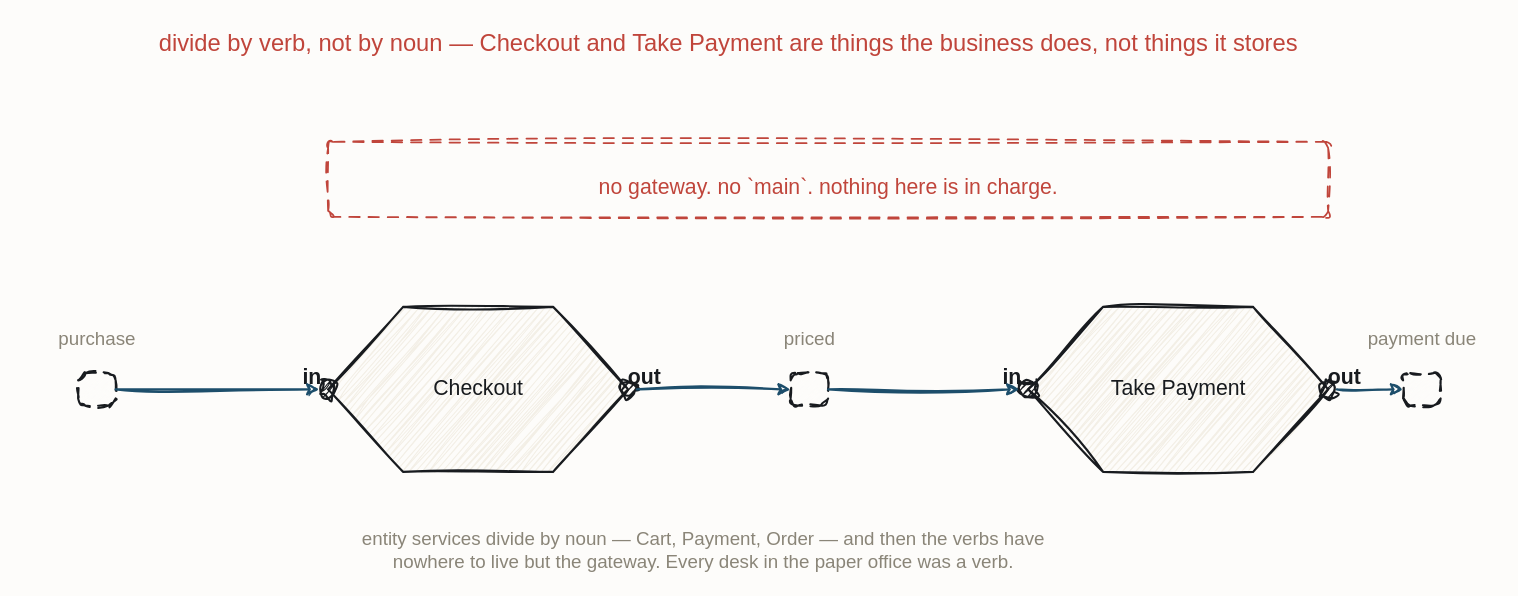
This is resources/flow-partition-checkout.drawio from iancooper/practical-messaging, a draw.io file, before an edit. Source tidied: cells renumbered, new cells numbered last; positions are measured from the earlier drawing's top-left corner, leaving out a move shared by most shapes. Both pictures are drawn from the tidied source at 125%, with x=0, y=0 at pixel (21, 21).
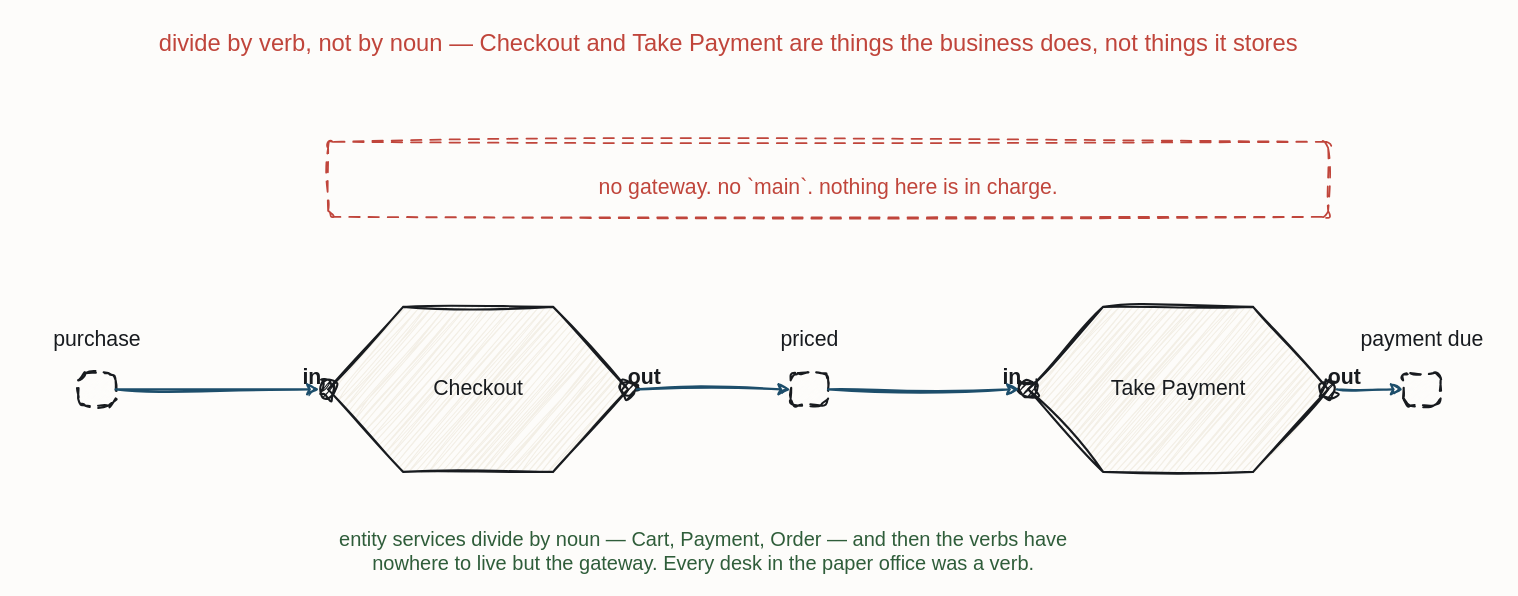
The same page after the edit.

Diff of the diagram source:
```diff
@@
-    <mxCell id="17" value="purchase" style="text;html=1;align=center;fontFamily=Caveat;fontSize=15;fontColor=#8A8578;" parent="1" vertex="1">
+    <mxCell id="17" value="purchase" style="text;html=1;align=center;fontFamily=Caveat;fontSize=17;fontColor=#181B1F;" parent="1" vertex="1">
       <mxGeometry y="238" width="120" height="20" as="geometry" />
     </mxCell>
-    <mxCell id="18" value="priced" style="text;html=1;align=center;fontFamily=Caveat;fontSize=15;fontColor=#8A8578;" parent="1" vertex="1">
+    <mxCell id="18" value="priced" style="text;html=1;align=center;fontFamily=Caveat;fontSize=17;fontColor=#181B1F;" parent="1" vertex="1">
       <mxGeometry x="570" y="238" width="120" height="20" as="geometry" />
     </mxCell>
-    <mxCell id="19" value="payment due" style="text;html=1;align=center;fontFamily=Caveat;fontSize=15;fontColor=#8A8578;" parent="1" vertex="1">
+    <mxCell id="19" value="payment due" style="text;html=1;align=center;fontFamily=Caveat;fontSize=17;fontColor=#181B1F;" parent="1" vertex="1">
       <mxGeometry x="1060" y="238" width="120" height="20" as="geometry" />
     </mxCell>
@@
-    <mxCell id="21" value="entity services divide by noun — Cart, Payment, Order — and then the verbs have&#10;nowhere to live but the gateway. Every desk in the paper office was a verb." style="text;html=1;align=center;fontFamily=Caveat;fontSize=15;fontColor=#8A8578;" parent="1" vertex="1">
+    <mxCell id="21" value="entity services divide by noun — Cart, Payment, Order — and then the verbs have&#10;nowhere to live but the gateway. Every desk in the paper office was a verb." style="text;html=1;align=center;fontFamily=Caveat;fontSize=16;fontColor=#2F5D3A;" parent="1" vertex="1">
       <mxGeometry x="485" y="398" width="120" height="20" as="geometry" />
     </mxCell>
```
